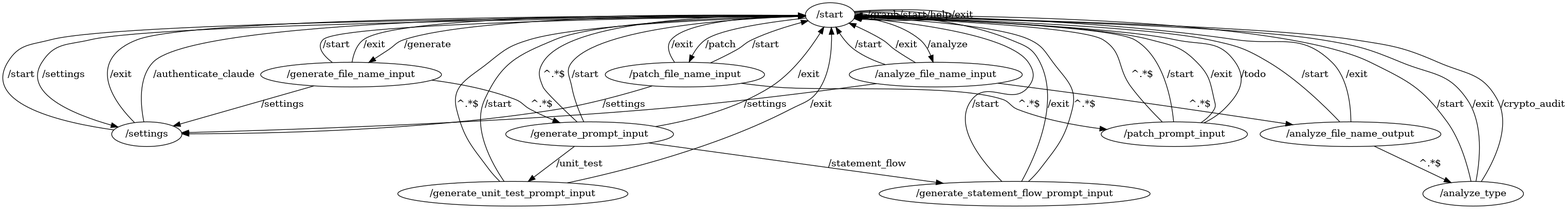
Before: flows/morph.png, a diagram exported from Graphviz (VasyaLutiy/MorphReborn). Its source is kept beside it as flows/morph.dot.
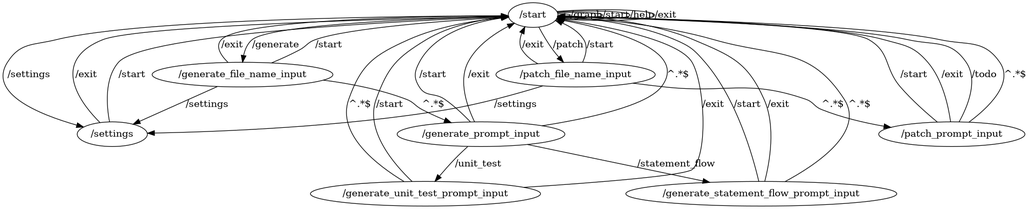
After the commit.

What changed in the source:
```diff
@@ -3,7 +3,6 @@
 	"/start" -> "/start" [label="/start"]
 	"/start" -> "/settings" [label="/settings"]
 	"/settings" -> "/start" [label="/exit"]
-	"/settings" -> "/start" [label="/authenticate_claude"]
 	"/settings" -> "/start" [label="/start"]
 	"/start" -> "/start" [label="/help"]
 	"/start" -> "/start" [label="/exit"]
@@ -32,15 +31,4 @@
 	"/patch_prompt_input" -> "/start" [label="/exit"]
 	"/patch_prompt_input" -> "/start" [label="/todo"]
 	"/patch_prompt_input" -> "/start" [label="^.*$"]
-	"/start" -> "/analyze_file_name_input" [label="/analyze"]
-	"/analyze_file_name_input" -> "/start" [label="/start"]
-	"/analyze_file_name_input" -> "/settings" [label="/settings"]
-	"/analyze_file_name_input" -> "/start" [label="/exit"]
-	"/analyze_file_name_input" -> "/analyze_file_name_output" [label="^.*$"]
-	"/analyze_file_name_output" -> "/start" [label="/start"]
-	"/analyze_file_name_output" -> "/start" [label="/exit"]
-	"/analyze_file_name_output" -> "/analyze_type" [label="^.*$"]
-	"/analyze_type" -> "/start" [label="/start"]
-	"/analyze_type" -> "/start" [label="/exit"]
-	"/analyze_type" -> "/start" [label="/crypto_audit"]
 }
```
